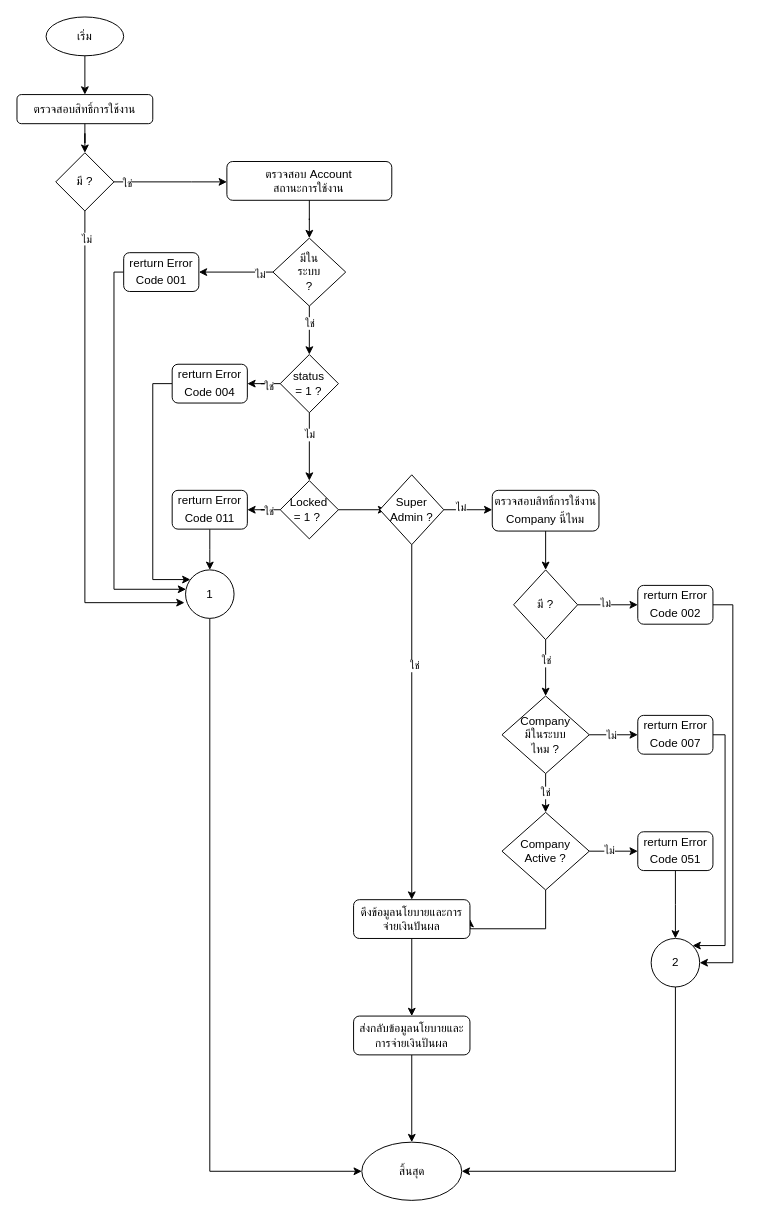
Above: page "Page-1" (1 of 4) of Dividend.drawio in charifrodmanee/charifrodmanee (draw.io), before the change. Source tidied: cells renumbered, new cells numbered last; positions are measured from the earlier drawing's top-left corner, leaving out a move shared by most shapes. Both pictures are drawn from the tidied source at 97%, with x=0, y=0 at pixel (16, 16).
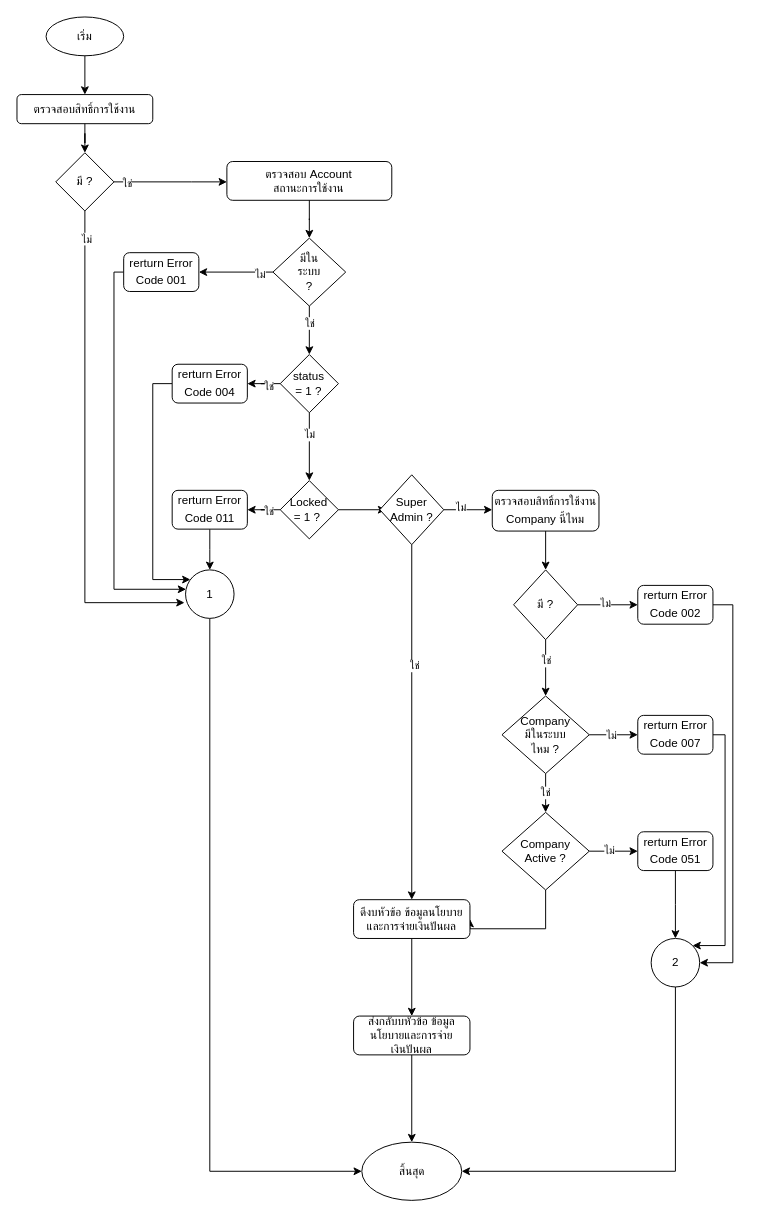
Above is the later version.

Diff of the diagram source:
```diff
@@
-    <mxCell id="62" value="ดึงข้อมูลนโยบายและการจ่ายเงินปันผล" style="rounded=1;whiteSpace=wrap;html=1;" parent="1" vertex="1">
+    <mxCell id="62" value="ดึงบหัวข้อ ข้อมูลนโยบายและการจ่ายเงินปันผล" style="rounded=1;whiteSpace=wrap;html=1;" parent="1" vertex="1">
       <mxGeometry x="347" y="910" width="120" height="40" as="geometry" />
     </mxCell>
@@
-    <mxCell id="67" value="ส่งกลับข้อมูลนโยบายและการจ่ายเงินปันผล" style="rounded=1;whiteSpace=wrap;html=1;" parent="1" vertex="1">
+    <mxCell id="67" value="ส่งกลับบหัวข้อ ข้อมูลนโยบายและการจ่ายเงินปันผล" style="rounded=1;whiteSpace=wrap;html=1;" parent="1" vertex="1">
       <mxGeometry x="347" y="1030" width="120" height="40" as="geometry" />
     </mxCell>
```
